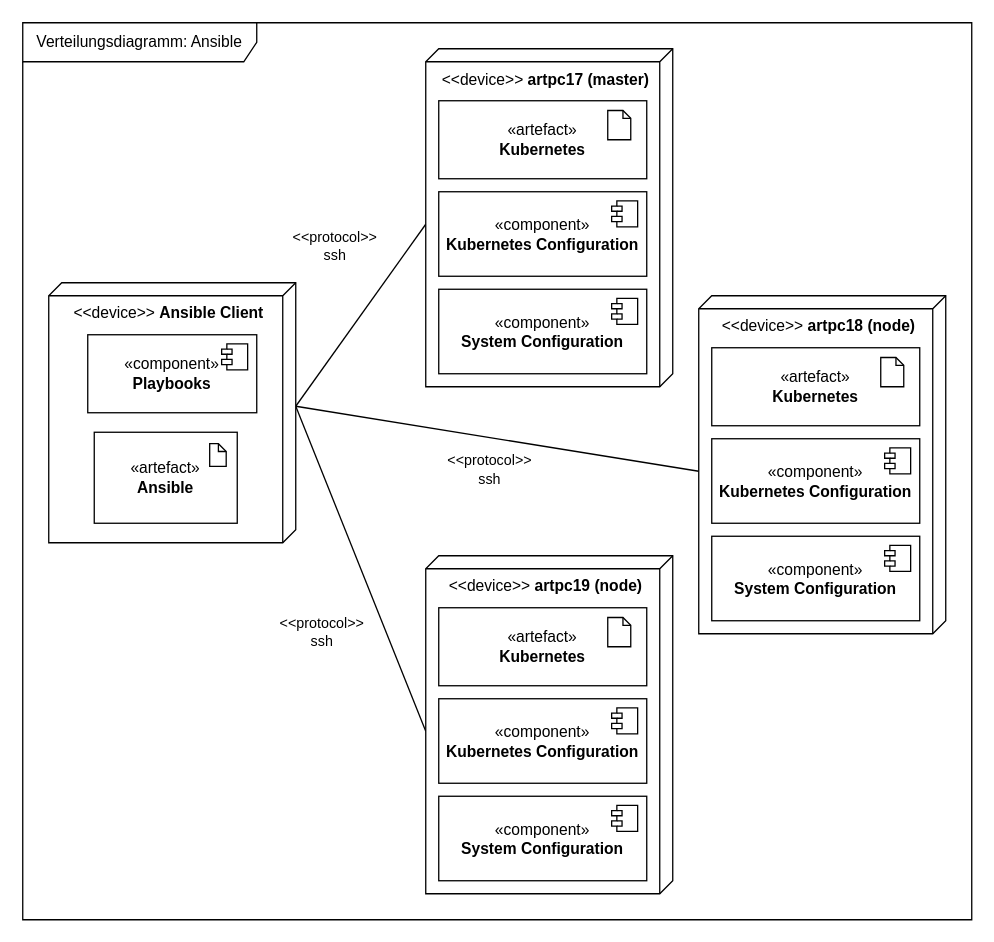
pogii123/drawio-charts keeps this draw.io diagram as uni-bsc/cd-ansible.drawio. Above is the earlier version. Source tidied: cells renumbered, new cells numbered last; positions are measured from the earlier drawing's top-left corner, leaving out a move shared by most shapes. Both pictures are drawn from the tidied source at 130%, with x=0, y=0 at pixel (22, 22).
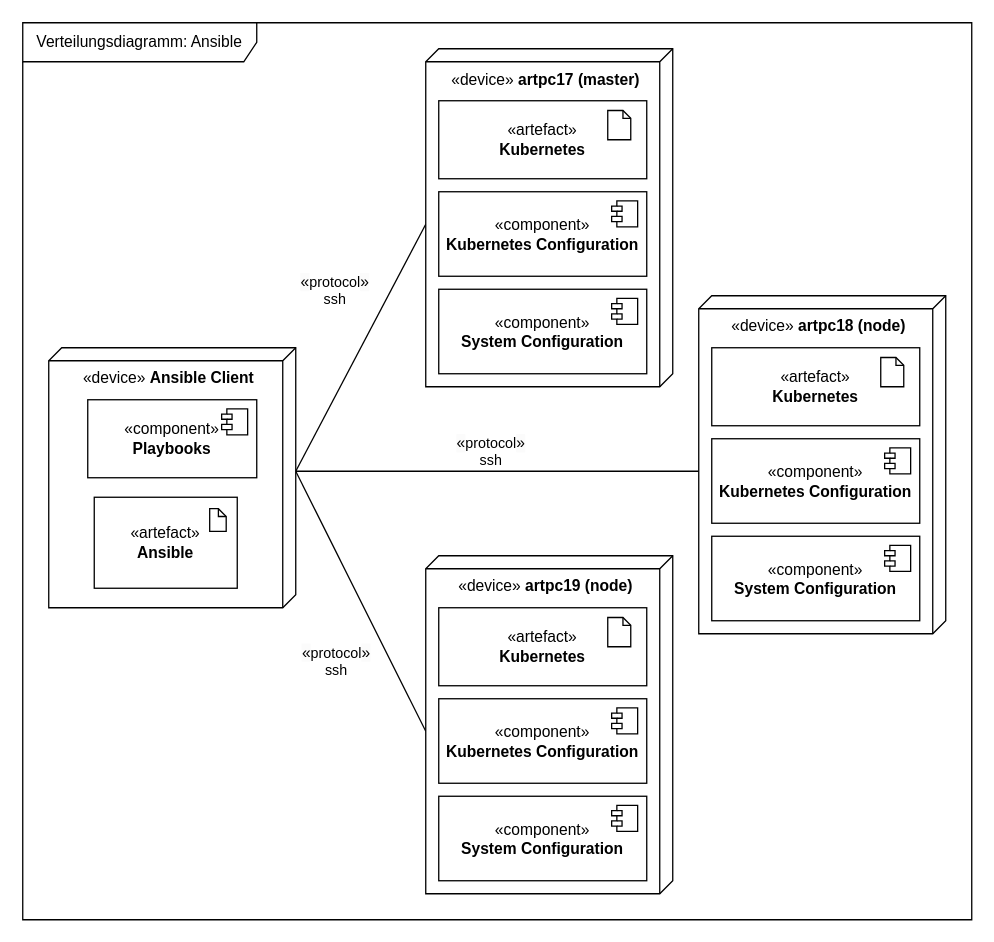
The same diagram, later.

The change refers to these unchanged cells:
```xml
<mxCell id="7" style="group;" parent="1" vertex="1">
  <mxGeometry x="310" y="410" width="190" height="260" as="geometry" />
</mxCell>
<mxCell id="16" style="group;" parent="1" vertex="1">
  <mxGeometry x="520" y="210" width="190" height="260" as="geometry" />
</mxCell>
<mxCell id="25" style="group;" parent="1" vertex="1">
  <mxGeometry x="310" y="20" width="190" height="260" as="geometry" />
</mxCell>
```

What changed in the source:
```diff
@@
-    <mxCell id="2" style="rounded=0;jettySize=auto;html=1;exitX=0;exitY=0;exitDx=75;exitDy=0;exitPerimeter=0;entryX=0;entryY=0;entryDx=135;entryDy=190;entryPerimeter=0;endArrow=none;endFill=0;" parent="1" edge="1" target="8">
-      <mxGeometry relative="1" as="geometry">
-        <mxPoint x="210" y="295" as="sourcePoint" />
-      </mxGeometry>
+    <mxCell id="2" style="rounded=0;jettySize=auto;html=1;exitX=0;exitY=0;exitDx=95;exitDy=0;exitPerimeter=0;entryX=0;entryY=0;entryDx=135;entryDy=190;entryPerimeter=0;endArrow=none;endFill=0;" parent="1" edge="1" source="34" target="8">
+      <mxGeometry relative="1" as="geometry" />
     </mxCell>
-    <mxCell id="3" value="&amp;lt;&amp;lt;protocol&amp;gt;&amp;gt;&lt;br&gt;ssh" style="edgeLabel;html=1;align=center;verticalAlign=middle;" parent="2" vertex="1">
+    <mxCell id="3" value="&lt;span style=&quot;font-size: 12px; text-wrap: wrap; background-color: rgb(251, 251, 251);&quot;&gt;«&lt;/span&gt;protocol&lt;span style=&quot;font-size: 12px; text-wrap: wrap; background-color: rgb(251, 251, 251);&quot;&gt;»&lt;/span&gt;&lt;br&gt;ssh" style="edgeLabel;html=1;align=center;verticalAlign=middle;" parent="2" vertex="1">
       <mxGeometry x="0.06" y="4" relative="1" as="geometry">
-        <mxPoint x="-37" y="42" as="offset" />
+        <mxPoint x="-26" y="41" as="offset" />
       </mxGeometry>
     </mxCell>
-    <mxCell id="4" value="&amp;lt;&amp;lt;protocol&amp;gt;&amp;gt;&lt;br&gt;ssh" style="rounded=0;jettySize=auto;html=1;exitX=0;exitY=0;exitDx=75;exitDy=0;exitPerimeter=0;entryX=0;entryY=0;entryDx=135;entryDy=190;entryPerimeter=0;endArrow=none;endFill=0;" parent="1" edge="1" target="17">
-      <mxGeometry x="-0.01" y="-25" relative="1" as="geometry">
-        <mxPoint x="210" y="295" as="sourcePoint" />
-      </mxGeometry>
+    <mxCell id="4" value="&lt;span style=&quot;font-size: 12px; text-wrap: wrap; background-color: rgb(251, 251, 251);&quot;&gt;«&lt;/span&gt;protocol&lt;span style=&quot;font-size: 12px; text-wrap: wrap; background-color: rgb(251, 251, 251);&quot;&gt;»&lt;/span&gt;&lt;br&gt;ssh" style="rounded=0;jettySize=auto;html=1;exitX=0;exitY=0;exitDx=95;exitDy=0;exitPerimeter=0;entryX=0;entryY=0;entryDx=135;entryDy=190;entryPerimeter=0;endArrow=none;endFill=0;" parent="1" edge="1" source="34" target="17">
+      <mxGeometry x="-0.03" y="15" relative="1" as="geometry" />
     </mxCell>
-    <mxCell id="5" style="rounded=0;jettySize=auto;html=1;exitX=0;exitY=0;exitDx=75;exitDy=0;exitPerimeter=0;entryX=0;entryY=0;entryDx=135;entryDy=190;entryPerimeter=0;endArrow=none;endFill=0;" parent="1" edge="1" target="26">
-      <mxGeometry relative="1" as="geometry">
-        <mxPoint x="210" y="295" as="sourcePoint" />
-      </mxGeometry>
+    <mxCell id="5" style="rounded=0;jettySize=auto;html=1;exitX=0;exitY=0;exitDx=95;exitDy=0;exitPerimeter=0;entryX=0;entryY=0;entryDx=135;entryDy=190;entryPerimeter=0;endArrow=none;endFill=0;" parent="1" edge="1" source="34" target="26">
+      <mxGeometry relative="1" as="geometry" />
     </mxCell>
-    <mxCell id="6" value="&amp;lt;&amp;lt;protocol&amp;gt;&amp;gt;&lt;br&gt;ssh" style="edgeLabel;html=1;align=center;verticalAlign=middle;" parent="5" vertex="1">
+    <mxCell id="6" value="&lt;span style=&quot;font-size: 12px; text-wrap: wrap; background-color: rgb(251, 251, 251);&quot;&gt;«&lt;/span&gt;protocol&lt;span style=&quot;font-size: 12px; text-wrap: wrap; background-color: rgb(251, 251, 251);&quot;&gt;»&lt;/span&gt;&lt;br&gt;ssh" style="edgeLabel;html=1;align=center;verticalAlign=middle;" parent="5" vertex="1">
       <mxGeometry x="0.13" relative="1" as="geometry">
-        <mxPoint x="-27" y="-45" as="offset" />
+        <mxPoint x="-27" y="-32" as="offset" />
       </mxGeometry>
     </mxCell>
@@
-    <mxCell id="8" value="&amp;lt;&amp;lt;device&amp;gt;&amp;gt; &lt;b&gt;artpc19 (node)&lt;/b&gt;" style="verticalAlign=top;align=center;shape=cube;size=10;direction=south;html=1;boundedLbl=1;spacingLeft=5;whiteSpace=wrap;" parent="7" vertex="1">
+    <mxCell id="8" value="«device»&amp;nbsp;&lt;b&gt;artpc19 (node)&lt;/b&gt;" style="verticalAlign=top;align=center;shape=cube;size=10;direction=south;html=1;boundedLbl=1;spacingLeft=5;whiteSpace=wrap;" parent="7" vertex="1">
       <mxGeometry width="190" height="260" as="geometry" />
     </mxCell>
@@
-    <mxCell id="17" value="&amp;lt;&amp;lt;device&amp;gt;&amp;gt; &lt;b&gt;artpc18 (node)&lt;/b&gt;" style="verticalAlign=top;align=center;shape=cube;size=10;direction=south;html=1;boundedLbl=1;spacingLeft=5;whiteSpace=wrap;" parent="16" vertex="1">
+    <mxCell id="17" value="«device»&amp;nbsp;&lt;b&gt;artpc18 (node)&lt;/b&gt;" style="verticalAlign=top;align=center;shape=cube;size=10;direction=south;html=1;boundedLbl=1;spacingLeft=5;whiteSpace=wrap;" parent="16" vertex="1">
       <mxGeometry width="190" height="260" as="geometry" />
     </mxCell>
@@
-    <mxCell id="26" value="&amp;lt;&amp;lt;device&amp;gt;&amp;gt; &lt;b&gt;artpc17 (master)&lt;/b&gt;" style="verticalAlign=top;align=center;shape=cube;size=10;direction=south;html=1;boundedLbl=1;spacingLeft=5;whiteSpace=wrap;" parent="25" vertex="1">
+    <mxCell id="26" value="«device»&amp;nbsp;&lt;b&gt;artpc17 (master)&lt;/b&gt;" style="verticalAlign=top;align=center;shape=cube;size=10;direction=south;html=1;boundedLbl=1;spacingLeft=5;whiteSpace=wrap;" parent="25" vertex="1">
       <mxGeometry width="190" height="260" as="geometry" />
     </mxCell>
@@
-    <mxCell id="34" value="&amp;lt;&amp;lt;device&amp;gt;&amp;gt; &lt;b&gt;Ansible Client&lt;/b&gt;" style="verticalAlign=top;align=center;shape=cube;size=10;direction=south;html=1;boundedLbl=1;spacingLeft=5;whiteSpace=wrap;" parent="1" vertex="1">
-      <mxGeometry x="20" y="200" width="190" height="200" as="geometry" />
+    <mxCell id="34" value="«device»&amp;nbsp;&lt;b&gt;Ansible Client&lt;/b&gt;" style="verticalAlign=top;align=center;shape=cube;size=10;direction=south;html=1;boundedLbl=1;spacingLeft=5;whiteSpace=wrap;" parent="1" vertex="1">
+      <mxGeometry x="20" y="250" width="190" height="200" as="geometry" />
     </mxCell>
     <mxCell id="35" value="«component»&lt;br&gt;&lt;b&gt;Playbooks&lt;/b&gt;" style="html=1;whiteSpace=wrap;" parent="1" vertex="1">
-      <mxGeometry x="50" y="240" width="130" height="60" as="geometry" />
+      <mxGeometry x="50" y="290" width="130" height="60" as="geometry" />
     </mxCell>
@@
     <mxCell id="37" style="group;" parent="1" vertex="1">
-      <mxGeometry x="55" y="315" width="110" height="70" as="geometry" />
+      <mxGeometry x="55" y="365" width="110" height="70" as="geometry" />
     </mxCell>
```
